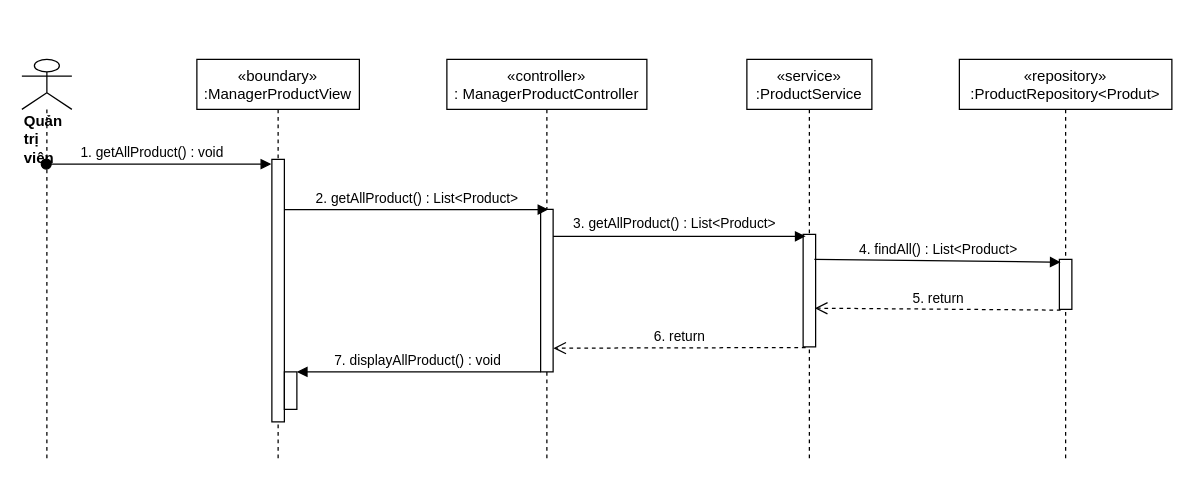
The draw.io diagram sequence diagram/view-products-manager-sequence.drawio in nguyenphamvan/datn_20202, before the edit. Source tidied: cells renumbered, new cells numbered last; positions are measured from the earlier drawing's top-left corner, leaving out a move shared by most shapes. Both pictures are drawn from the tidied source at 125%, with x=0, y=0 at pixel (21, 59).
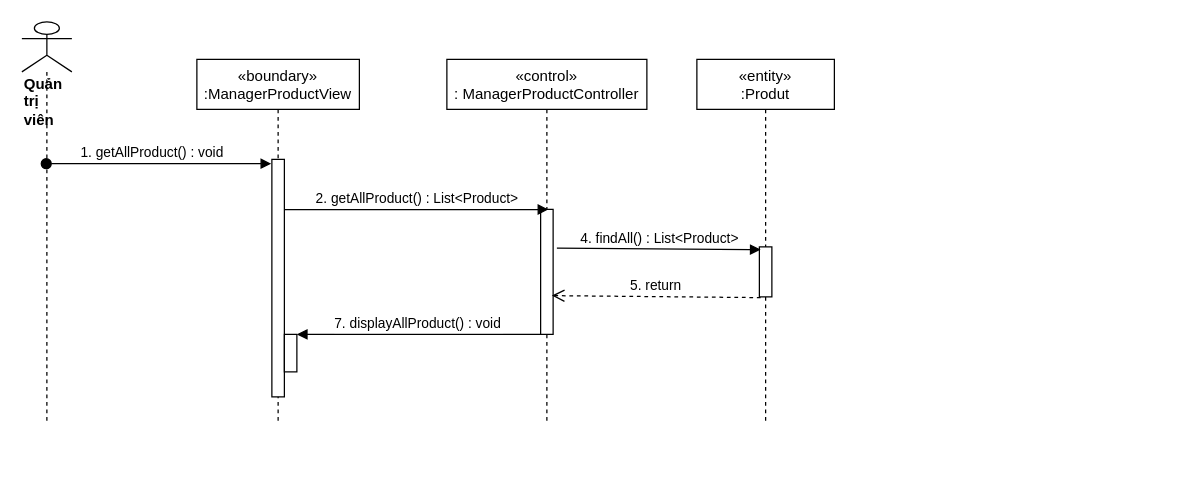
The same diagram, later.

What changed in the source:
```diff
@@
     <mxCell id="2" value="«boundary»&#10;:ManagerProductView" style="shape=umlLifeline;perimeter=lifelinePerimeter;rounded=0;shadow=0;strokeWidth=1;" parent="1" vertex="1">
-      <mxGeometry x="140" width="130" height="320" as="geometry" />
+      <mxGeometry x="140" width="130" height="290" as="geometry" />
     </mxCell>
     <mxCell id="3" style="points=[];perimeter=orthogonalPerimeter;rounded=0;shadow=0;strokeWidth=1;" parent="2" vertex="1">
-      <mxGeometry x="60" y="80" width="10" height="210" as="geometry" />
+      <mxGeometry x="60" y="80" width="10" height="190" as="geometry" />
     </mxCell>
     <mxCell id="4" style="html=1;points=[];perimeter=orthogonalPerimeter;" parent="2" vertex="1">
-      <mxGeometry x="70" y="250" width="10" height="30" as="geometry" />
+      <mxGeometry x="70" y="220" width="10" height="30" as="geometry" />
     </mxCell>
-    <mxCell id="5" value="«controller»&#10;: ManagerProductController" style="shape=umlLifeline;perimeter=lifelinePerimeter;rounded=0;shadow=0;strokeWidth=1;" parent="1" vertex="1">
-      <mxGeometry x="340" width="160" height="320" as="geometry" />
+    <mxCell id="5" value="«control»&#10;: ManagerProductController" style="shape=umlLifeline;perimeter=lifelinePerimeter;rounded=0;shadow=0;strokeWidth=1;" parent="1" vertex="1">
+      <mxGeometry x="340" width="160" height="290" as="geometry" />
     </mxCell>
     <mxCell id="6" style="points=[];perimeter=orthogonalPerimeter;rounded=0;shadow=0;strokeWidth=1;" parent="5" vertex="1">
-      <mxGeometry x="75" y="120" width="10" height="130" as="geometry" />
+      <mxGeometry x="75" y="120" width="10" height="100" as="geometry" />
     </mxCell>
     <mxCell id="7" value="&lt;div&gt;&lt;b&gt;Quản trị viên&lt;/b&gt;&lt;/div&gt;" style="shape=umlLifeline;participant=umlActor;perimeter=lifelinePerimeter;whiteSpace=wrap;html=1;verticalAlign=top;spacingTop=36;outlineConnect=0;align=left;size=40;" parent="1" vertex="1">
-      <mxGeometry width="40" height="320" as="geometry" />
+      <mxGeometry y="-30" width="40" height="320" as="geometry" />
     </mxCell>
@@
-    <mxCell id="9" value="«service»&#10;:ProductService" style="shape=umlLifeline;perimeter=lifelinePerimeter;rounded=0;shadow=0;strokeWidth=1;" parent="1" vertex="1">
-      <mxGeometry x="580" width="100" height="320" as="geometry" />
-    </mxCell>
-    <mxCell id="10" style="points=[];perimeter=orthogonalPerimeter;rounded=0;shadow=0;strokeWidth=1;" parent="9" vertex="1">
-      <mxGeometry x="45" y="140" width="10" height="90" as="geometry" />
-    </mxCell>
@@
-    <mxCell id="12" style="html=1;verticalAlign=bottom;endArrow=block;entryX=0.2;entryY=0.017;entryDx=0;entryDy=0;entryPerimeter=0;" parent="1" edge="1" source="6" target="10">
-      <mxGeometry relative="1" as="geometry" />
-    </mxCell>
-    <mxCell id="13" value="3. getAllProduct() : List&amp;lt;Product&amp;gt;" style="edgeLabel;html=1;align=center;verticalAlign=middle;" parent="12" vertex="1">
-      <mxGeometry x="-0.08" y="4" relative="1" as="geometry">
-        <mxPoint x="3" y="-7" as="offset" />
-      </mxGeometry>
-    </mxCell>
-    <mxCell id="14" value="6. return" style="html=1;verticalAlign=bottom;endArrow=open;dashed=1;endSize=8;exitX=0.2;exitY=1.006;exitDx=0;exitDy=0;exitPerimeter=0;entryX=1.02;entryY=0.854;entryDx=0;entryDy=0;entryPerimeter=0;" parent="1" edge="1" source="10" target="6">
-      <mxGeometry relative="1" as="geometry" />
-    </mxCell>
@@
-    <mxCell id="16" value="«repository»&#10;:ProductRepository&lt;Produt&gt;" style="shape=umlLifeline;perimeter=lifelinePerimeter;rounded=0;shadow=0;strokeWidth=1;" parent="1" vertex="1">
-      <mxGeometry x="750" width="170" height="320" as="geometry" />
+    <mxCell id="16" value="«entity»&#10;:Produt" style="shape=umlLifeline;perimeter=lifelinePerimeter;rounded=0;shadow=0;strokeWidth=1;" parent="1" vertex="1">
+      <mxGeometry x="540" width="110" height="290" as="geometry" />
     </mxCell>
     <mxCell id="17" style="points=[];perimeter=orthogonalPerimeter;rounded=0;shadow=0;strokeWidth=1;" parent="16" vertex="1">
-      <mxGeometry x="80" y="160" width="10" height="40" as="geometry" />
+      <mxGeometry x="50" y="150" width="10" height="40" as="geometry" />
     </mxCell>
-    <mxCell id="18" value="4. findAll() : List&amp;lt;Product&amp;gt;" style="html=1;verticalAlign=bottom;endArrow=block;entryX=0.1;entryY=0.055;entryDx=0;entryDy=0;entryPerimeter=0;exitX=0.9;exitY=0.222;exitDx=0;exitDy=0;exitPerimeter=0;" parent="1" edge="1" source="10" target="17">
+    <mxCell id="18" value="4. findAll() : List&amp;lt;Product&amp;gt;" style="html=1;verticalAlign=bottom;endArrow=block;entryX=0.1;entryY=0.055;entryDx=0;entryDy=0;entryPerimeter=0;exitX=1.3;exitY=0.31;exitDx=0;exitDy=0;exitPerimeter=0;" parent="1" edge="1" source="6" target="17">
       <mxGeometry relative="1" as="geometry" />
     </mxCell>
-    <mxCell id="19" value="5. return" style="html=1;verticalAlign=bottom;endArrow=open;dashed=1;endSize=8;exitX=0.1;exitY=1.015;exitDx=0;exitDy=0;exitPerimeter=0;entryX=0.94;entryY=0.656;entryDx=0;entryDy=0;entryPerimeter=0;" parent="1" edge="1" source="17" target="10">
+    <mxCell id="19" value="5. return" style="html=1;verticalAlign=bottom;endArrow=open;dashed=1;endSize=8;exitX=0.1;exitY=1.015;exitDx=0;exitDy=0;exitPerimeter=0;entryX=0.9;entryY=0.69;entryDx=0;entryDy=0;entryPerimeter=0;" parent="1" edge="1" source="17" target="6">
       <mxGeometry relative="1" as="geometry" />
     </mxCell>
```
